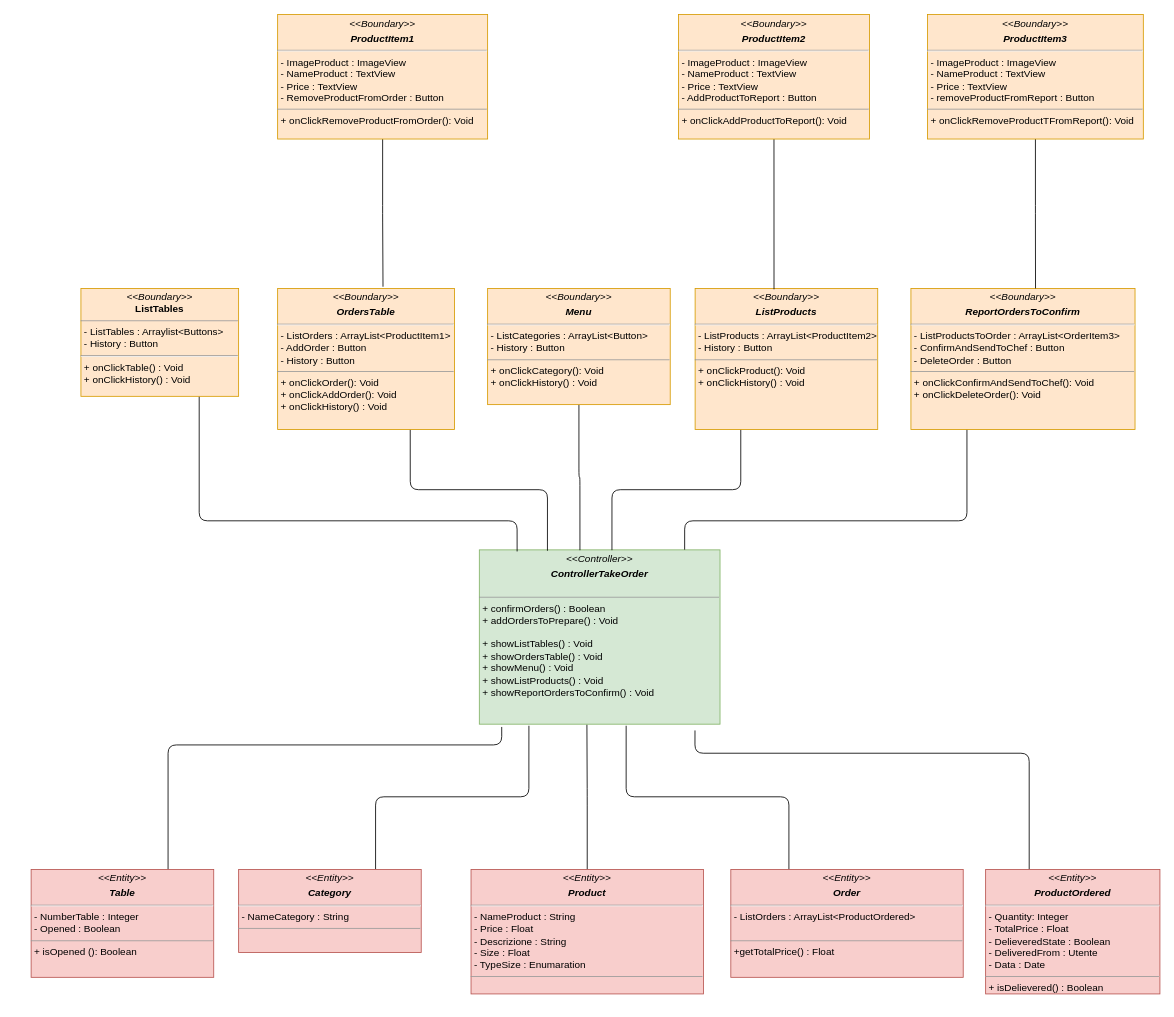
This is page "Registra Ordini" (8 of 8) of Documentazione/Class Diagram/Class Diagram.drawio from Chriss1618/ProgettoINGSW, a draw.io file, before an edit. Source tidied: cells renumbered, new cells numbered last; positions are measured from the earlier drawing's top-left corner, leaving out a move shared by most shapes. Both pictures are drawn from the tidied source at 83%, with x=0, y=0 at pixel (31, 14).
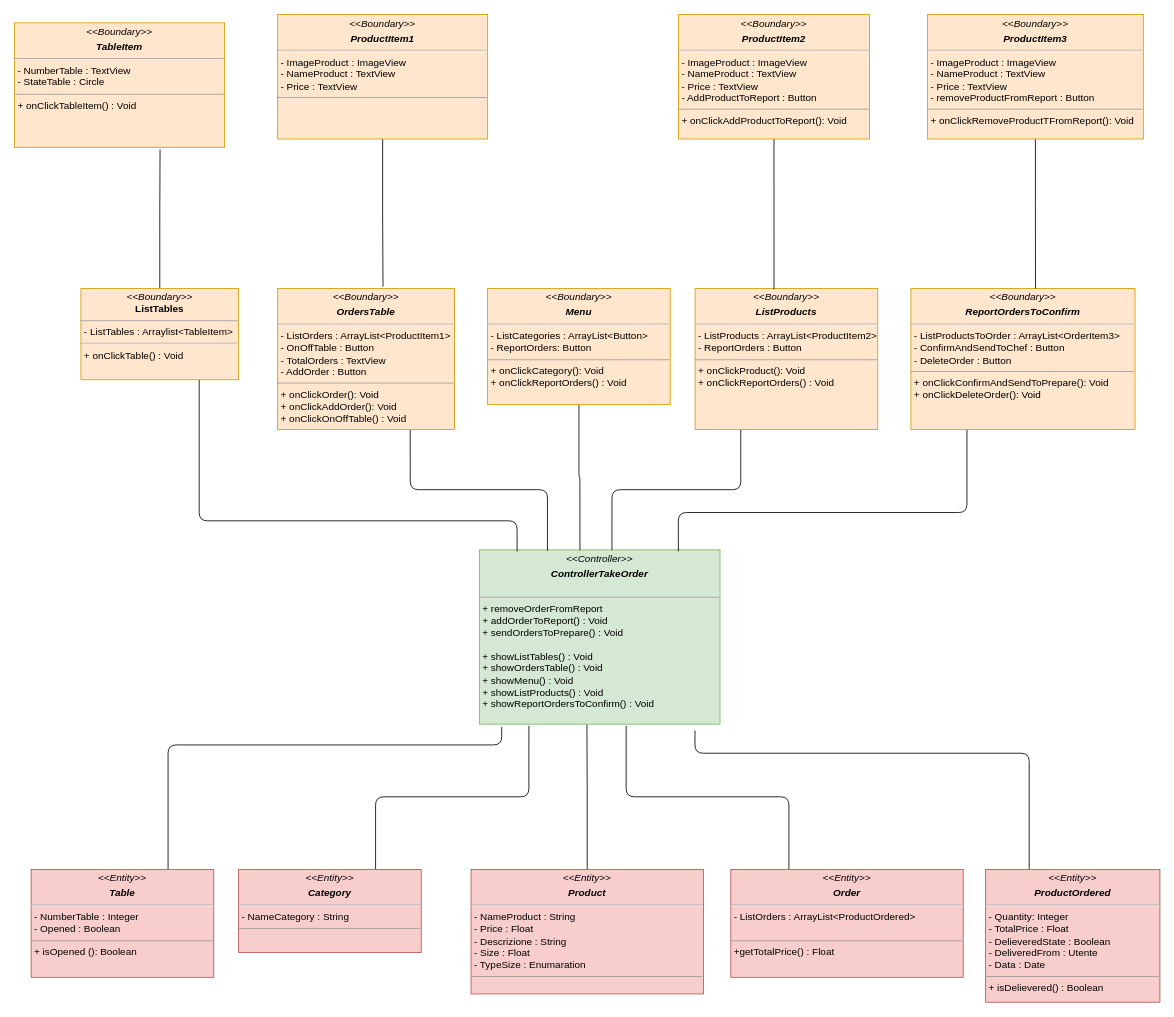
The same page after the edit.

The edit, as a diff of the source:
```diff
@@
     <mxCell id="11" value="&lt;p style=&quot;margin:0px;margin-top:4px;text-align:center;&quot;&gt;&lt;i&gt;&amp;lt;&amp;lt;Entity&amp;gt;&amp;gt;&lt;/i&gt;&lt;br&gt;&lt;/p&gt;&lt;p style=&quot;margin:0px;margin-top:4px;text-align:center;&quot;&gt;&lt;b&gt;&lt;i&gt;ProductOrdered&lt;/i&gt;&lt;/b&gt;&lt;/p&gt;&lt;hr&gt;&lt;p style=&quot;margin:0px;margin-left:4px;&quot;&gt;- Quantity: Integer&lt;/p&gt;&lt;p style=&quot;margin:0px;margin-left:4px;&quot;&gt;- TotalPrice : Float&lt;/p&gt;&lt;p style=&quot;margin:0px;margin-left:4px;&quot;&gt;- DelieveredState : Boolean&lt;/p&gt;&lt;p style=&quot;margin:0px;margin-left:4px;&quot;&gt;- DeliveredFrom : Utente&lt;/p&gt;&lt;p style=&quot;margin:0px;margin-left:4px;&quot;&gt;- Data : Date&lt;/p&gt;&lt;hr size=&quot;1&quot;&gt;&lt;p style=&quot;margin:0px;margin-left:4px;&quot;&gt;+ isDelievered() : Boolean&lt;br&gt;&lt;/p&gt;" style="verticalAlign=top;align=left;overflow=fill;fontSize=12;fontFamily=Helvetica;html=1;fillColor=#f8cecc;strokeColor=#b85450;" parent="1" vertex="1">
-      <mxGeometry x="1150" y="1030" width="210" height="150" as="geometry" />
+      <mxGeometry x="1150" y="1030" width="210" height="160" as="geometry" />
     </mxCell>
-    <mxCell id="12" value="&lt;p style=&quot;margin:0px;margin-top:4px;text-align:center;&quot;&gt;&lt;i&gt;&amp;lt;&amp;lt;Controller&amp;gt;&amp;gt;&lt;/i&gt;&lt;br&gt;&lt;/p&gt;&lt;p style=&quot;margin:0px;margin-top:4px;text-align:center;&quot;&gt;&lt;i&gt;&lt;b&gt;ControllerTakeOrder&lt;/b&gt;&lt;/i&gt;&lt;/p&gt;&lt;br&gt;&lt;hr size=&quot;1&quot;&gt;&lt;p style=&quot;margin:0px;margin-left:4px;&quot;&gt;+ confirmOrders() : Boolean&lt;br&gt;&lt;/p&gt;&lt;p style=&quot;margin:0px;margin-left:4px;&quot;&gt;+ addOrdersToPrepare() : Void&lt;/p&gt;&lt;p style=&quot;margin:0px;margin-left:4px;&quot;&gt;&lt;br&gt;&lt;/p&gt;&lt;p style=&quot;margin:0px;margin-left:4px;&quot;&gt;+ showListTables() : Void&lt;/p&gt;&lt;p style=&quot;margin:0px;margin-left:4px;&quot;&gt;+ showOrdersTable() : Void&lt;/p&gt;&lt;p style=&quot;margin:0px;margin-left:4px;&quot;&gt;+ showMenu() : Void&lt;br&gt;&lt;/p&gt;&lt;p style=&quot;margin:0px;margin-left:4px;&quot;&gt;+ showListProducts() : Void&lt;/p&gt;&lt;p style=&quot;margin:0px;margin-left:4px;&quot;&gt;+ showReportOrdersToConfirm() : Void&lt;/p&gt;" style="verticalAlign=top;align=left;overflow=fill;fontSize=12;fontFamily=Helvetica;html=1;fillColor=#d5e8d4;strokeColor=#82b366;" parent="1" vertex="1">
+    <mxCell id="12" value="&lt;p style=&quot;margin:0px;margin-top:4px;text-align:center;&quot;&gt;&lt;i&gt;&amp;lt;&amp;lt;Controller&amp;gt;&amp;gt;&lt;/i&gt;&lt;br&gt;&lt;/p&gt;&lt;p style=&quot;margin:0px;margin-top:4px;text-align:center;&quot;&gt;&lt;i&gt;&lt;b&gt;ControllerTakeOrder&lt;/b&gt;&lt;/i&gt;&lt;/p&gt;&lt;br&gt;&lt;hr size=&quot;1&quot;&gt;&lt;p style=&quot;margin:0px;margin-left:4px;&quot;&gt;+ removeOrderFromReport&lt;/p&gt;&lt;p style=&quot;margin:0px;margin-left:4px;&quot;&gt;+ addOrderToReport() : Void&lt;br&gt;&lt;/p&gt;&lt;p style=&quot;margin:0px;margin-left:4px;&quot;&gt;+ sendOrdersToPrepare() : Void&lt;/p&gt;&lt;p style=&quot;margin:0px;margin-left:4px;&quot;&gt;&lt;br&gt;&lt;/p&gt;&lt;p style=&quot;margin:0px;margin-left:4px;&quot;&gt;+ showListTables() : Void&lt;/p&gt;&lt;p style=&quot;margin:0px;margin-left:4px;&quot;&gt;+ showOrdersTable() : Void&lt;/p&gt;&lt;p style=&quot;margin:0px;margin-left:4px;&quot;&gt;+ showMenu() : Void&lt;br&gt;&lt;/p&gt;&lt;p style=&quot;margin:0px;margin-left:4px;&quot;&gt;+ showListProducts() : Void&lt;/p&gt;&lt;p style=&quot;margin:0px;margin-left:4px;&quot;&gt;+ showReportOrdersToConfirm() : Void&lt;/p&gt;" style="verticalAlign=top;align=left;overflow=fill;fontSize=12;fontFamily=Helvetica;html=1;fillColor=#d5e8d4;strokeColor=#82b366;" parent="1" vertex="1">
       <mxGeometry x="540" y="645" width="290" height="210" as="geometry" />
     </mxCell>
@@
+    <mxCell id="29" style="edgeStyle=orthogonalEdgeStyle;rounded=1;jettySize=auto;html=1;exitX=0.5;exitY=0;exitDx=0;exitDy=0;entryX=0.693;entryY=1.017;entryDx=0;entryDy=0;entryPerimeter=0;endArrow=none;endFill=0;" parent="1" edge="1" source="14" target="30">
+      <mxGeometry relative="1" as="geometry" />
+    </mxCell>
-    <mxCell id="14" value="&lt;p style=&quot;margin:0px;margin-top:4px;text-align:center;&quot;&gt;&lt;i&gt;&amp;lt;&amp;lt;Boundary&amp;gt;&amp;gt;&lt;/i&gt;&lt;br&gt;&lt;b&gt;ListTables&lt;/b&gt;&lt;/p&gt;&lt;hr size=&quot;1&quot;&gt;&lt;p style=&quot;margin:0px;margin-left:4px;&quot;&gt;- ListTables : Arraylist&amp;lt;Buttons&amp;gt;&lt;br&gt;- History : Button&amp;nbsp;&lt;/p&gt;&lt;hr&gt;&lt;p style=&quot;margin:0px;margin-left:4px;&quot;&gt;&lt;/p&gt;&lt;p style=&quot;margin:0px;margin-left:4px;&quot;&gt;+ onClickTable() : Void&lt;br&gt;&lt;/p&gt;&lt;p style=&quot;margin:0px;margin-left:4px;&quot;&gt;+ onClickHistory() : Void&lt;/p&gt;" style="verticalAlign=top;align=left;overflow=fill;fontSize=12;fontFamily=Helvetica;html=1;fillColor=#ffe6cc;strokeColor=#d79b00;" parent="1" vertex="1">
-      <mxGeometry x="60" y="330" width="190" height="130" as="geometry" />
+    <mxCell id="14" value="&lt;p style=&quot;margin:0px;margin-top:4px;text-align:center;&quot;&gt;&lt;i&gt;&amp;lt;&amp;lt;Boundary&amp;gt;&amp;gt;&lt;/i&gt;&lt;br&gt;&lt;b&gt;ListTables&lt;/b&gt;&lt;/p&gt;&lt;hr size=&quot;1&quot;&gt;&lt;p style=&quot;margin:0px;margin-left:4px;&quot;&gt;- ListTables : Arraylist&amp;lt;TableItem&amp;gt;&amp;nbsp;&lt;/p&gt;&lt;hr&gt;&lt;p style=&quot;margin:0px;margin-left:4px;&quot;&gt;&lt;/p&gt;&lt;p style=&quot;margin:0px;margin-left:4px;&quot;&gt;+ onClickTable() : Void&lt;br&gt;&lt;/p&gt;&lt;p style=&quot;margin:0px;margin-left:4px;&quot;&gt;&lt;br&gt;&lt;/p&gt;" style="verticalAlign=top;align=left;overflow=fill;fontSize=12;fontFamily=Helvetica;html=1;fillColor=#ffe6cc;strokeColor=#d79b00;" parent="1" vertex="1">
+      <mxGeometry x="60" y="330" width="190" height="110" as="geometry" />
     </mxCell>
@@
-    <mxCell id="16" value="&lt;p style=&quot;margin:0px;margin-top:4px;text-align:center;&quot;&gt;&lt;i&gt;&amp;lt;&amp;lt;Boundary&amp;gt;&amp;gt;&lt;/i&gt;&lt;br&gt;&lt;/p&gt;&lt;p style=&quot;margin:0px;margin-top:4px;text-align:center;&quot;&gt;&lt;i&gt;&lt;b&gt;OrdersTable&lt;/b&gt;&lt;/i&gt;&lt;/p&gt;&lt;hr&gt;&lt;p style=&quot;margin:0px;margin-left:4px;&quot;&gt;- ListOrders : ArrayList&amp;lt;ProductItem1&amp;gt;&lt;/p&gt;&lt;p style=&quot;margin:0px;margin-left:4px;&quot;&gt;- AddOrder : Button&lt;/p&gt;&lt;p style=&quot;margin:0px;margin-left:4px;&quot;&gt;- History : Button&lt;br&gt;&lt;/p&gt;&lt;hr size=&quot;1&quot;&gt;&lt;p style=&quot;margin:0px;margin-left:4px;&quot;&gt;+ onClickOrder(): Void&lt;br&gt;&lt;/p&gt;&lt;p style=&quot;margin:0px;margin-left:4px;&quot;&gt;+ onClickAddOrder(): Void&lt;br&gt;&lt;/p&gt;&lt;p style=&quot;margin:0px;margin-left:4px;&quot;&gt;+ onClickHistory() : Void&lt;br&gt;&lt;/p&gt;" style="verticalAlign=top;align=left;overflow=fill;fontSize=12;fontFamily=Helvetica;html=1;fillColor=#ffe6cc;strokeColor=#d79b00;" parent="1" vertex="1">
+    <mxCell id="16" value="&lt;p style=&quot;margin:0px;margin-top:4px;text-align:center;&quot;&gt;&lt;i&gt;&amp;lt;&amp;lt;Boundary&amp;gt;&amp;gt;&lt;/i&gt;&lt;br&gt;&lt;/p&gt;&lt;p style=&quot;margin:0px;margin-top:4px;text-align:center;&quot;&gt;&lt;i&gt;&lt;b&gt;OrdersTable&lt;/b&gt;&lt;/i&gt;&lt;/p&gt;&lt;hr&gt;&lt;p style=&quot;margin:0px;margin-left:4px;&quot;&gt;- ListOrders : ArrayList&amp;lt;ProductItem1&amp;gt;&lt;/p&gt;&lt;p style=&quot;margin:0px;margin-left:4px;&quot;&gt;- OnOffTable : Button&lt;/p&gt;&lt;p style=&quot;margin:0px;margin-left:4px;&quot;&gt;- TotalOrders : TextView&lt;/p&gt;&lt;p style=&quot;margin:0px;margin-left:4px;&quot;&gt;- AddOrder : Button&lt;/p&gt;&lt;hr size=&quot;1&quot;&gt;&lt;p style=&quot;margin:0px;margin-left:4px;&quot;&gt;+ onClickOrder(): Void&lt;br&gt;&lt;/p&gt;&lt;p style=&quot;margin:0px;margin-left:4px;&quot;&gt;+ onClickAddOrder(): Void&lt;br&gt;&lt;/p&gt;&lt;p style=&quot;margin:0px;margin-left:4px;&quot;&gt;+ onClickOnOffTable() : Void&lt;br&gt;&lt;/p&gt;" style="verticalAlign=top;align=left;overflow=fill;fontSize=12;fontFamily=Helvetica;html=1;fillColor=#ffe6cc;strokeColor=#d79b00;" parent="1" vertex="1">
       <mxGeometry x="297" y="330" width="213" height="170" as="geometry" />
     </mxCell>
@@
-    <mxCell id="18" value="&lt;p style=&quot;margin:0px;margin-top:4px;text-align:center;&quot;&gt;&lt;i&gt;&amp;lt;&amp;lt;Boundary&amp;gt;&amp;gt;&lt;/i&gt;&lt;br&gt;&lt;/p&gt;&lt;p style=&quot;margin:0px;margin-top:4px;text-align:center;&quot;&gt;&lt;i&gt;&lt;b&gt;Menu&lt;/b&gt;&lt;/i&gt;&lt;/p&gt;&lt;hr&gt;&lt;p style=&quot;margin:0px;margin-left:4px;&quot;&gt;- ListCategories : ArrayList&amp;lt;Button&amp;gt;&lt;/p&gt;&lt;p style=&quot;margin:0px;margin-left:4px;&quot;&gt;- History : Button&lt;br&gt;&lt;/p&gt;&lt;hr size=&quot;1&quot;&gt;&lt;p style=&quot;margin:0px;margin-left:4px;&quot;&gt;+ onClickCategory(): Void&lt;/p&gt;&lt;p style=&quot;margin:0px;margin-left:4px;&quot;&gt;+ onClickHistory() : Void&lt;br&gt;&lt;/p&gt;" style="verticalAlign=top;align=left;overflow=fill;fontSize=12;fontFamily=Helvetica;html=1;fillColor=#ffe6cc;strokeColor=#d79b00;" parent="1" vertex="1">
+    <mxCell id="18" value="&lt;p style=&quot;margin:0px;margin-top:4px;text-align:center;&quot;&gt;&lt;i&gt;&amp;lt;&amp;lt;Boundary&amp;gt;&amp;gt;&lt;/i&gt;&lt;br&gt;&lt;/p&gt;&lt;p style=&quot;margin:0px;margin-top:4px;text-align:center;&quot;&gt;&lt;i&gt;&lt;b&gt;Menu&lt;/b&gt;&lt;/i&gt;&lt;/p&gt;&lt;hr&gt;&lt;p style=&quot;margin:0px;margin-left:4px;&quot;&gt;- ListCategories : ArrayList&amp;lt;Button&amp;gt;&lt;/p&gt;&lt;p style=&quot;margin:0px;margin-left:4px;&quot;&gt;- ReportOrders: Button&lt;br&gt;&lt;/p&gt;&lt;hr size=&quot;1&quot;&gt;&lt;p style=&quot;margin:0px;margin-left:4px;&quot;&gt;+ onClickCategory(): Void&lt;/p&gt;&lt;p style=&quot;margin:0px;margin-left:4px;&quot;&gt;+ onClickReportOrders() : Void&lt;br&gt;&lt;/p&gt;" style="verticalAlign=top;align=left;overflow=fill;fontSize=12;fontFamily=Helvetica;html=1;fillColor=#ffe6cc;strokeColor=#d79b00;" parent="1" vertex="1">
       <mxGeometry x="550" y="330" width="220" height="140" as="geometry" />
     </mxCell>
@@
-    <mxCell id="20" value="&lt;p style=&quot;margin:0px;margin-top:4px;text-align:center;&quot;&gt;&lt;i&gt;&amp;lt;&amp;lt;Boundary&amp;gt;&amp;gt;&lt;/i&gt;&lt;br&gt;&lt;/p&gt;&lt;p style=&quot;margin:0px;margin-top:4px;text-align:center;&quot;&gt;&lt;i&gt;&lt;b&gt;ListProducts&lt;/b&gt;&lt;/i&gt;&lt;/p&gt;&lt;hr&gt;&lt;p style=&quot;margin:0px;margin-left:4px;&quot;&gt;- ListProducts : ArrayList&amp;lt;ProductItem2&amp;gt;&lt;/p&gt;&lt;p style=&quot;margin:0px;margin-left:4px;&quot;&gt;- History : Button&lt;br&gt;&lt;/p&gt;&lt;hr size=&quot;1&quot;&gt;&lt;p style=&quot;margin:0px;margin-left:4px;&quot;&gt;+ onClickProduct(): Void&lt;/p&gt;&lt;p style=&quot;margin:0px;margin-left:4px;&quot;&gt;+ onClickHistory() : Void&lt;br&gt;&lt;/p&gt;" style="verticalAlign=top;align=left;overflow=fill;fontSize=12;fontFamily=Helvetica;html=1;fillColor=#ffe6cc;strokeColor=#d79b00;" parent="1" vertex="1">
+    <mxCell id="20" value="&lt;p style=&quot;margin:0px;margin-top:4px;text-align:center;&quot;&gt;&lt;i&gt;&amp;lt;&amp;lt;Boundary&amp;gt;&amp;gt;&lt;/i&gt;&lt;br&gt;&lt;/p&gt;&lt;p style=&quot;margin:0px;margin-top:4px;text-align:center;&quot;&gt;&lt;i&gt;&lt;b&gt;ListProducts&lt;/b&gt;&lt;/i&gt;&lt;/p&gt;&lt;hr&gt;&lt;p style=&quot;margin:0px;margin-left:4px;&quot;&gt;- ListProducts : ArrayList&amp;lt;ProductItem2&amp;gt;&lt;/p&gt;&lt;p style=&quot;margin:0px;margin-left:4px;&quot;&gt;- ReportOrders : Button&lt;br&gt;&lt;/p&gt;&lt;hr size=&quot;1&quot;&gt;&lt;p style=&quot;margin:0px;margin-left:4px;&quot;&gt;+ onClickProduct(): Void&lt;/p&gt;&lt;p style=&quot;margin:0px;margin-left:4px;&quot;&gt;+ onClickReportOrders() : Void&lt;br&gt;&lt;/p&gt;" style="verticalAlign=top;align=left;overflow=fill;fontSize=12;fontFamily=Helvetica;html=1;fillColor=#ffe6cc;strokeColor=#d79b00;" parent="1" vertex="1">
       <mxGeometry x="800" y="330" width="220" height="170" as="geometry" />
     </mxCell>
-    <mxCell id="21" style="edgeStyle=orthogonalEdgeStyle;rounded=1;jettySize=auto;html=1;exitX=0.25;exitY=1;exitDx=0;exitDy=0;entryX=0.853;entryY=-0.001;entryDx=0;entryDy=0;entryPerimeter=0;endArrow=none;endFill=0;" parent="1" edge="1" source="22" target="12">
+    <mxCell id="21" style="edgeStyle=orthogonalEdgeStyle;rounded=1;jettySize=auto;html=1;exitX=0.25;exitY=1;exitDx=0;exitDy=0;entryX=0.827;entryY=0.008;entryDx=0;entryDy=0;entryPerimeter=0;endArrow=none;endFill=0;" parent="1" edge="1" source="22" target="12">
       <mxGeometry relative="1" as="geometry">
         <Array as="points">
-          <mxPoint x="1127" y="610" />
-          <mxPoint x="787" y="610" />
+          <mxPoint x="1128" y="600" />
+          <mxPoint x="780" y="600" />
         </Array>
       </mxGeometry>
     </mxCell>
-    <mxCell id="22" value="&lt;p style=&quot;margin:0px;margin-top:4px;text-align:center;&quot;&gt;&lt;i&gt;&amp;lt;&amp;lt;Boundary&amp;gt;&amp;gt;&lt;/i&gt;&lt;br&gt;&lt;/p&gt;&lt;p style=&quot;margin:0px;margin-top:4px;text-align:center;&quot;&gt;&lt;i&gt;&lt;b&gt;ReportOrdersToConfirm&lt;/b&gt;&lt;/i&gt;&lt;/p&gt;&lt;hr&gt;&lt;p style=&quot;margin:0px;margin-left:4px;&quot;&gt;- ListProductsToOrder : ArrayList&amp;lt;OrderItem3&amp;gt;&lt;/p&gt;&lt;p style=&quot;margin:0px;margin-left:4px;&quot;&gt;- ConfirmAndSendToChef : Button&lt;/p&gt;&lt;p style=&quot;margin:0px;margin-left:4px;&quot;&gt;- DeleteOrder : Button&lt;br&gt;&lt;/p&gt;&lt;hr size=&quot;1&quot;&gt;&lt;p style=&quot;margin:0px;margin-left:4px;&quot;&gt;+ onClickConfirmAndSendToChef(): Void&lt;br&gt;&lt;/p&gt;&lt;p style=&quot;margin:0px;margin-left:4px;&quot;&gt;+ onClickDeleteOrder(): Void&lt;/p&gt;" style="verticalAlign=top;align=left;overflow=fill;fontSize=12;fontFamily=Helvetica;html=1;fillColor=#ffe6cc;strokeColor=#d79b00;" parent="1" vertex="1">
+    <mxCell id="22" value="&lt;p style=&quot;margin:0px;margin-top:4px;text-align:center;&quot;&gt;&lt;i&gt;&amp;lt;&amp;lt;Boundary&amp;gt;&amp;gt;&lt;/i&gt;&lt;br&gt;&lt;/p&gt;&lt;p style=&quot;margin:0px;margin-top:4px;text-align:center;&quot;&gt;&lt;i&gt;&lt;b&gt;ReportOrdersToConfirm&lt;/b&gt;&lt;/i&gt;&lt;/p&gt;&lt;hr&gt;&lt;p style=&quot;margin:0px;margin-left:4px;&quot;&gt;- ListProductsToOrder : ArrayList&amp;lt;OrderItem3&amp;gt;&lt;/p&gt;&lt;p style=&quot;margin:0px;margin-left:4px;&quot;&gt;- ConfirmAndSendToChef : Button&lt;/p&gt;&lt;p style=&quot;margin:0px;margin-left:4px;&quot;&gt;- DeleteOrder : Button&lt;br&gt;&lt;/p&gt;&lt;hr size=&quot;1&quot;&gt;&lt;p style=&quot;margin:0px;margin-left:4px;&quot;&gt;+ onClickConfirmAndSendToPrepare(): Void&lt;br&gt;&lt;/p&gt;&lt;p style=&quot;margin:0px;margin-left:4px;&quot;&gt;+ onClickDeleteOrder(): Void&lt;/p&gt;" style="verticalAlign=top;align=left;overflow=fill;fontSize=12;fontFamily=Helvetica;html=1;fillColor=#ffe6cc;strokeColor=#d79b00;" parent="1" vertex="1">
       <mxGeometry x="1060" y="330" width="270" height="170" as="geometry" />
     </mxCell>
@@
-    <mxCell id="26" value="&lt;p style=&quot;margin:0px;margin-top:4px;text-align:center;&quot;&gt;&lt;i&gt;&amp;lt;&amp;lt;Boundary&amp;gt;&amp;gt;&lt;/i&gt;&lt;br&gt;&lt;/p&gt;&lt;p style=&quot;margin:0px;margin-top:4px;text-align:center;&quot;&gt;&lt;i&gt;&lt;b&gt;ProductItem1&lt;/b&gt;&lt;/i&gt;&lt;/p&gt;&lt;hr&gt;&lt;p style=&quot;margin:0px;margin-left:4px;&quot;&gt;- ImageProduct : ImageView&lt;/p&gt;&lt;p style=&quot;margin:0px;margin-left:4px;&quot;&gt;- NameProduct : TextView&lt;/p&gt;&lt;p style=&quot;margin:0px;margin-left:4px;&quot;&gt;- Price : TextView&lt;br&gt;&lt;/p&gt;&lt;p style=&quot;margin:0px;margin-left:4px;&quot;&gt;- RemoveProductFromOrder : Button&lt;/p&gt;&lt;hr size=&quot;1&quot;&gt;&lt;p style=&quot;margin:0px;margin-left:4px;&quot;&gt;+ onClickRemoveProductFromOrder(): Void&lt;/p&gt;" style="verticalAlign=top;align=left;overflow=fill;fontSize=12;fontFamily=Helvetica;html=1;fillColor=#ffe6cc;strokeColor=#d79b00;" parent="1" vertex="1">
+    <mxCell id="26" value="&lt;p style=&quot;margin:0px;margin-top:4px;text-align:center;&quot;&gt;&lt;i&gt;&amp;lt;&amp;lt;Boundary&amp;gt;&amp;gt;&lt;/i&gt;&lt;br&gt;&lt;/p&gt;&lt;p style=&quot;margin:0px;margin-top:4px;text-align:center;&quot;&gt;&lt;i&gt;&lt;b&gt;ProductItem1&lt;/b&gt;&lt;/i&gt;&lt;/p&gt;&lt;hr&gt;&lt;p style=&quot;margin:0px;margin-left:4px;&quot;&gt;- ImageProduct : ImageView&lt;/p&gt;&lt;p style=&quot;margin:0px;margin-left:4px;&quot;&gt;- NameProduct : TextView&lt;/p&gt;&lt;p style=&quot;margin:0px;margin-left:4px;&quot;&gt;- Price : TextView&lt;br&gt;&lt;/p&gt;&lt;hr size=&quot;1&quot;&gt;&lt;p style=&quot;margin:0px;margin-left:4px;&quot;&gt;&lt;br&gt;&lt;/p&gt;" style="verticalAlign=top;align=left;overflow=fill;fontSize=12;fontFamily=Helvetica;html=1;fillColor=#ffe6cc;strokeColor=#d79b00;" parent="1" vertex="1">
       <mxGeometry x="297" width="253" height="150" as="geometry" />
     </mxCell>
@@
+    <mxCell id="30" value="&lt;p style=&quot;margin:0px;margin-top:4px;text-align:center;&quot;&gt;&lt;i&gt;&amp;lt;&amp;lt;Boundary&amp;gt;&amp;gt;&lt;/i&gt;&lt;br&gt;&lt;/p&gt;&lt;p style=&quot;margin:0px;margin-top:4px;text-align:center;&quot;&gt;&lt;i&gt;&lt;b&gt;TableItem&lt;/b&gt;&lt;/i&gt;&lt;/p&gt;&lt;hr&gt;&lt;p style=&quot;margin:0px;margin-left:4px;&quot;&gt;- NumberTable : TextView&lt;/p&gt;&lt;p style=&quot;margin:0px;margin-left:4px;&quot;&gt;- StateTable : Circle&lt;/p&gt;&lt;hr size=&quot;1&quot;&gt;&lt;p style=&quot;margin:0px;margin-left:4px;&quot;&gt;+ onClickTableItem() : Void&lt;/p&gt;" style="verticalAlign=top;align=left;overflow=fill;fontSize=12;fontFamily=Helvetica;html=1;fillColor=#ffe6cc;strokeColor=#d79b00;" parent="1" vertex="1">
+      <mxGeometry x="-20" y="10" width="253" height="150" as="geometry" />
+    </mxCell>
```
